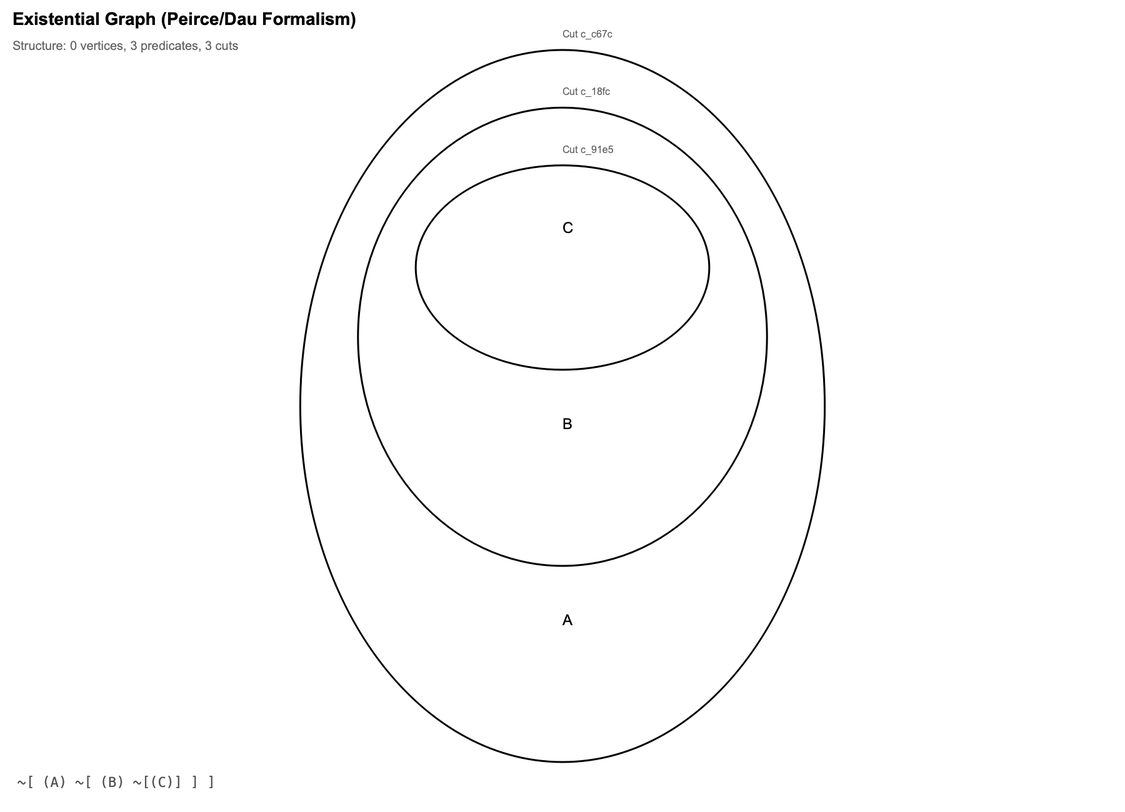
The Graphviz diagram reports/sanity_egif_dot/implication_nested.png in mijahauan/Arisbe, before a commit. Its source is kept beside it as reports/sanity_egif_dot/implication_nested.dot. Its diagram source:
```dot
graph EG {
    graph [clusterrank=local, compound=true, newrank=true, rankdir=TB,
           overlap=false, splines=true, concentrate=false];

    node [shape=circle, width=0.4, height=0.4, fixedsize=true,
          fontsize=10, margin=0.2];
    edge [arrowhead=none, len=3.5, minlen=2.5, weight=1.0];

    nodesep=1.2;        // Compact node separation
    ranksep=1.0;        // Compact rank separation
    margin=1.5;         // Keep graph margin modest
    pad="1.5,1.5";      // Keep padding modest
    sep="+8";           // Compact minimum separation


  node [shape=circle, style=filled, fillcolor=lightblue, fontsize=10];
  edge [fontsize=9, labeldistance=1.5, labelangle=0];

  subgraph cluster_c_c67cfb45 {
    label="Cut c_c67cfb";
    style=rounded;
    color=black;
    penwidth=1.5;
    margin=16.00;  // Padding around cut contents
    labelloc=top;
    fontsize=8;
    clusterrank=local;  // Layout this cluster separately

    subgraph cluster_c_18fc3a6e {
      label="Cut c_18fc3a";
      style=rounded;
      color=black;
      penwidth=1.5;
      margin=16.00;  // Padding around cut contents
      labelloc=top;
      fontsize=8;
      clusterrank=local;  // Layout this cluster separately

      subgraph cluster_c_91e5b0eb {
        label="Cut c_91e5b0";
        style=rounded;
        color=black;
        penwidth=1.5;
        margin=16.00;  // Padding around cut contents
        labelloc=top;
        fontsize=8;
        clusterrank=local;  // Layout this cluster separately

        e_87253d79 [label="C", shape=box, fillcolor=lightyellow, width=1.20, height=0.60, fixedsize=true];
      }

      e_0dd9d0fa [label="B", shape=box, fillcolor=lightyellow, width=1.20, height=0.60, fixedsize=true];
    }

    e_c89881a4 [label="A", shape=box, fillcolor=lightyellow, width=1.20, height=0.60, fixedsize=true];
  }


}
```
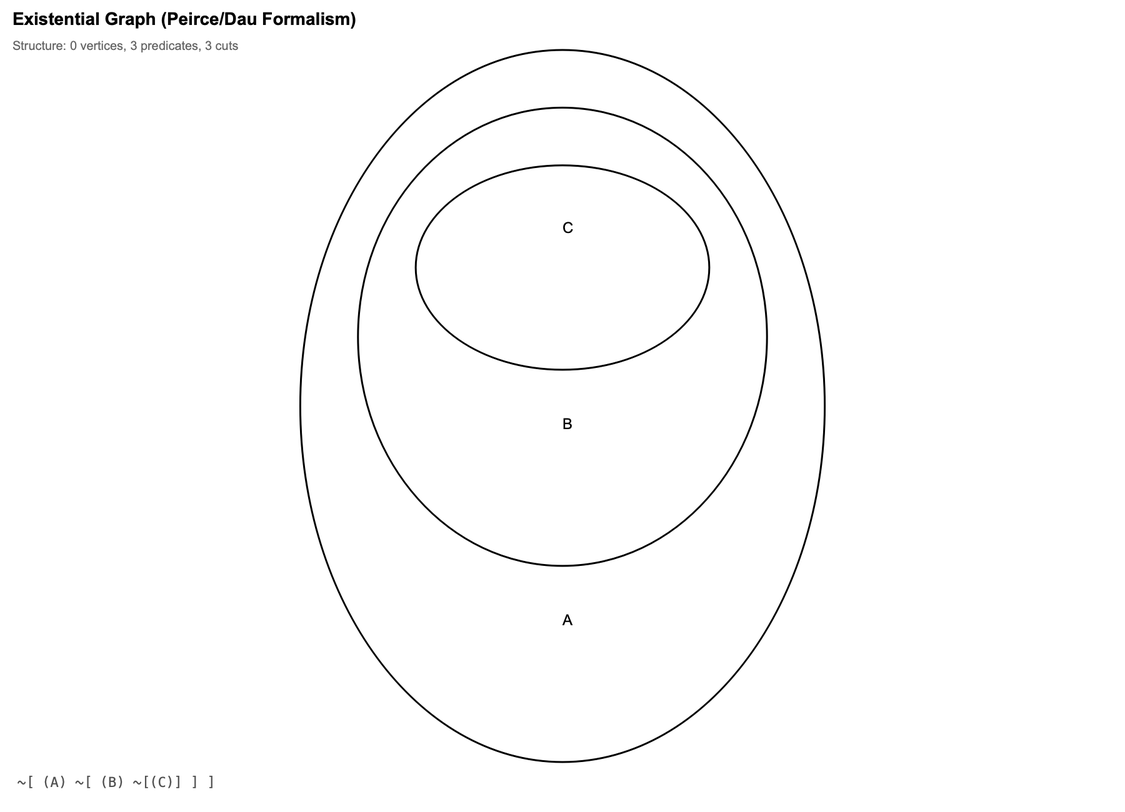
Above is the later version.

The edit, as a diff of the source:
```diff
@@ -16,8 +16,8 @@
   node [shape=circle, style=filled, fillcolor=lightblue, fontsize=10];
   edge [fontsize=9, labeldistance=1.5, labelangle=0];
 
-  subgraph cluster_c_c67cfb45 {
-    label="Cut c_c67cfb";
+  subgraph cluster_c_291f6226 {
+    label="Cut c_291f62";
     style=rounded;
     color=black;
     penwidth=1.5;
@@ -26,8 +26,8 @@
     fontsize=8;
     clusterrank=local;  // Layout this cluster separately
 
-    subgraph cluster_c_18fc3a6e {
-      label="Cut c_18fc3a";
+    subgraph cluster_c_f2394255 {
+      label="Cut c_f23942";
       style=rounded;
       color=black;
       penwidth=1.5;
@@ -36,8 +36,8 @@
       fontsize=8;
       clusterrank=local;  // Layout this cluster separately
 
-      subgraph cluster_c_91e5b0eb {
-        label="Cut c_91e5b0";
+      subgraph cluster_c_03981e45 {
+        label="Cut c_03981e";
         style=rounded;
         color=black;
         penwidth=1.5;
@@ -46,13 +46,13 @@
         fontsize=8;
         clusterrank=local;  // Layout this cluster separately
 
-        e_87253d79 [label="C", shape=box, fillcolor=lightyellow, width=1.20, height=0.60, fixedsize=true];
+        e_4d9b2095 [label="C", shape=box, fillcolor=lightyellow, width=1.20, height=0.60, fixedsize=true];
       }
 
-      e_0dd9d0fa [label="B", shape=box, fillcolor=lightyellow, width=1.20, height=0.60, fixedsize=true];
+      e_5133f796 [label="B", shape=box, fillcolor=lightyellow, width=1.20, height=0.60, fixedsize=true];
     }
 
-    e_c89881a4 [label="A", shape=box, fillcolor=lightyellow, width=1.20, height=0.60, fixedsize=true];
+    e_f00594dc [label="A", shape=box, fillcolor=lightyellow, width=1.20, height=0.60, fixedsize=true];
   }
 
 
```
